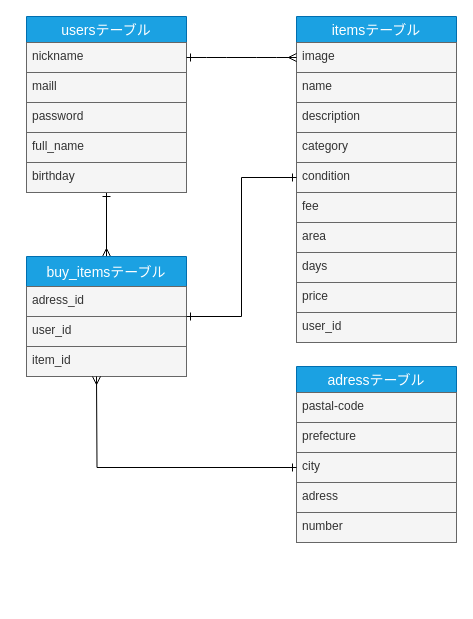
KenFukui/furima-34356 keeps this draw.io diagram as furima.dio. Above is the earlier version. Source tidied: cells renumbered, new cells numbered last; positions are measured from the earlier drawing's top-left corner, leaving out a move shared by most shapes. Both pictures are drawn from the tidied source at 100%, with x=0, y=0 at pixel (26, 16).
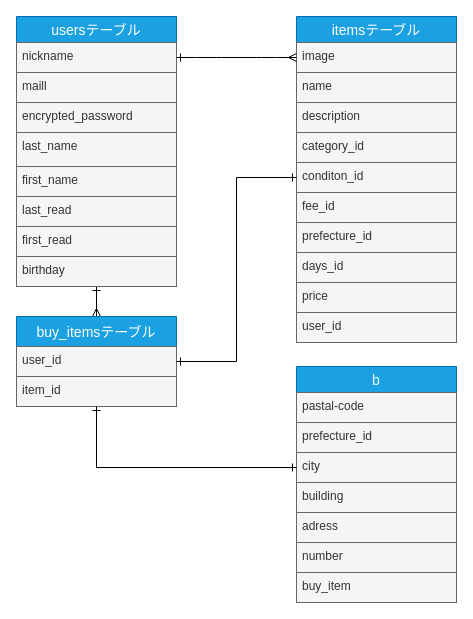
Above is the later version.

Commit message (it also covers changes not shown here):
データベースの設計2

Unchanged cells that the change refers to:
```xml
<mxCell id="9" value="itemsテーブル" style="swimlane;fontStyle=0;horizontal=1;startSize=26;align=center;fontSize=14;fillColor=#1ba1e2;strokeColor=#006EAF;fontColor=#ffffff;" parent="1" vertex="1">
  <mxGeometry x="270" width="160" height="326" as="geometry" />
</mxCell>
<mxCell id="27" value="city" style="text;strokeColor=#666666;fillColor=#f5f5f5;spacingLeft=4;spacingRight=4;overflow=hidden;points=[[0,0.5],[1,0.5]];portConstraint=eastwest;fontSize=12;fontColor=#333333;" parent="24" vertex="1">
  <mxGeometry y="86" width="160" height="30" as="geometry" />
</mxCell>
```

Change to the diagram source:
```diff
@@
     <mxCell id="3" value="usersテーブル" style="swimlane;fontStyle=0;horizontal=1;startSize=26;align=center;fontSize=14;fillColor=#1ba1e2;strokeColor=#006EAF;fontColor=#ffffff;" parent="1" vertex="1">
-      <mxGeometry width="160" height="176" as="geometry" />
+      <mxGeometry x="-10" width="160" height="270" as="geometry" />
     </mxCell>
@@
-    <mxCell id="6" value="password" style="text;strokeColor=#666666;fillColor=#f5f5f5;spacingLeft=4;spacingRight=4;overflow=hidden;fontSize=12;fontColor=#333333;" parent="3" vertex="1">
+    <mxCell id="6" value="encrypted_password" style="text;strokeColor=#666666;fillColor=#f5f5f5;spacingLeft=4;spacingRight=4;overflow=hidden;fontSize=12;fontColor=#333333;" parent="3" vertex="1">
       <mxGeometry y="86" width="160" height="30" as="geometry" />
     </mxCell>
+    <mxCell id="34" value="last_name" style="text;strokeColor=#666666;fillColor=#f5f5f5;spacingLeft=4;spacingRight=4;overflow=hidden;fontSize=12;fontColor=#333333;" parent="3" vertex="1">
+      <mxGeometry y="116" width="160" height="34" as="geometry" />
+    </mxCell>
+    <mxCell id="35" value="first_name" style="text;strokeColor=#666666;fillColor=#f5f5f5;spacingLeft=4;spacingRight=4;overflow=hidden;fontSize=12;fontColor=#333333;" parent="3" vertex="1">
+      <mxGeometry y="150" width="160" height="30" as="geometry" />
+    </mxCell>
+    <mxCell id="36" value="last_read" style="text;strokeColor=#666666;fillColor=#f5f5f5;spacingLeft=4;spacingRight=4;overflow=hidden;fontSize=12;fontColor=#333333;" parent="3" vertex="1">
+      <mxGeometry y="180" width="160" height="30" as="geometry" />
+    </mxCell>
-    <mxCell id="7" value="full_name" style="text;strokeColor=#666666;fillColor=#f5f5f5;spacingLeft=4;spacingRight=4;overflow=hidden;fontSize=12;fontColor=#333333;" parent="3" vertex="1">
-      <mxGeometry y="116" width="160" height="30" as="geometry" />
+    <mxCell id="7" value="first_read" style="text;strokeColor=#666666;fillColor=#f5f5f5;spacingLeft=4;spacingRight=4;overflow=hidden;fontSize=12;fontColor=#333333;" parent="3" vertex="1">
+      <mxGeometry y="210" width="160" height="30" as="geometry" />
     </mxCell>
     <mxCell id="8" value="birthday&#10;" style="text;strokeColor=#666666;fillColor=#f5f5f5;spacingLeft=4;spacingRight=4;overflow=hidden;fontSize=12;fontColor=#333333;" parent="3" vertex="1">
-      <mxGeometry y="146" width="160" height="30" as="geometry" />
+      <mxGeometry y="240" width="160" height="30" as="geometry" />
     </mxCell>
@@
-    <mxCell id="13" value="category" style="text;strokeColor=#666666;fillColor=#f5f5f5;spacingLeft=4;spacingRight=4;overflow=hidden;fontSize=12;fontColor=#333333;" parent="9" vertex="1">
+    <mxCell id="13" value="category_id" style="text;strokeColor=#666666;fillColor=#f5f5f5;spacingLeft=4;spacingRight=4;overflow=hidden;fontSize=12;fontColor=#333333;" parent="9" vertex="1">
       <mxGeometry y="116" width="160" height="30" as="geometry" />
     </mxCell>
-    <mxCell id="14" value="condition" style="text;strokeColor=#666666;fillColor=#f5f5f5;spacingLeft=4;spacingRight=4;overflow=hidden;points=[[0,0.5],[1,0.5]];portConstraint=eastwest;fontSize=12;fontColor=#333333;" parent="9" vertex="1">
+    <mxCell id="14" value="conditon_id" style="text;strokeColor=#666666;fillColor=#f5f5f5;spacingLeft=4;spacingRight=4;overflow=hidden;points=[[0,0.5],[1,0.5]];portConstraint=eastwest;fontSize=12;fontColor=#333333;" parent="9" vertex="1">
       <mxGeometry y="146" width="160" height="30" as="geometry" />
     </mxCell>
-    <mxCell id="15" value="fee" style="text;strokeColor=#666666;fillColor=#f5f5f5;spacingLeft=4;spacingRight=4;overflow=hidden;fontSize=12;fontColor=#333333;" parent="9" vertex="1">
+    <mxCell id="15" value="fee_id" style="text;strokeColor=#666666;fillColor=#f5f5f5;spacingLeft=4;spacingRight=4;overflow=hidden;fontSize=12;fontColor=#333333;" parent="9" vertex="1">
       <mxGeometry y="176" width="160" height="30" as="geometry" />
     </mxCell>
-    <mxCell id="16" value="area" style="text;strokeColor=#666666;fillColor=#f5f5f5;spacingLeft=4;spacingRight=4;overflow=hidden;fontSize=12;fontColor=#333333;" parent="9" vertex="1">
-      <mxGeometry y="206" width="160" height="30" as="geometry" />
-    </mxCell>
+    <mxCell id="37" value="prefecture_id" style="text;strokeColor=#666666;fillColor=#f5f5f5;spacingLeft=4;spacingRight=4;overflow=hidden;fontSize=12;fontColor=#333333;" parent="9" vertex="1">
+      <mxGeometry y="206" width="160" height="30" as="geometry" />
+    </mxCell>
-    <mxCell id="17" value="days" style="text;strokeColor=#666666;fillColor=#f5f5f5;spacingLeft=4;spacingRight=4;overflow=hidden;fontSize=12;fontColor=#333333;" parent="9" vertex="1">
+    <mxCell id="17" value="days_id" style="text;strokeColor=#666666;fillColor=#f5f5f5;spacingLeft=4;spacingRight=4;overflow=hidden;fontSize=12;fontColor=#333333;" parent="9" vertex="1">
       <mxGeometry y="236" width="160" height="30" as="geometry" />
     </mxCell>
@@
     <mxCell id="20" value="buy_itemsテーブル" style="swimlane;fontStyle=0;horizontal=1;startSize=30;align=center;fontSize=14;fillColor=#1ba1e2;strokeColor=#006EAF;fontColor=#ffffff;" parent="1" vertex="1">
-      <mxGeometry y="240" width="160" height="120" as="geometry" />
+      <mxGeometry x="-10" y="300" width="160" height="90" as="geometry" />
     </mxCell>
-    <mxCell id="21" value="adress_id" style="text;strokeColor=#666666;fillColor=#f5f5f5;spacingLeft=4;spacingRight=4;overflow=hidden;fontSize=12;fontColor=#333333;" parent="20" vertex="1">
-      <mxGeometry y="30" width="160" height="30" as="geometry" />
-    </mxCell>
     <mxCell id="22" value="user_id" style="text;strokeColor=#666666;fillColor=#f5f5f5;spacingLeft=4;spacingRight=4;overflow=hidden;fontSize=12;fontColor=#333333;" parent="20" vertex="1">
-      <mxGeometry y="60" width="160" height="30" as="geometry" />
+      <mxGeometry y="30" width="160" height="30" as="geometry" />
     </mxCell>
     <mxCell id="23" value="item_id" style="text;strokeColor=#666666;fillColor=#f5f5f5;spacingLeft=4;spacingRight=4;overflow=hidden;points=[[0,0.5],[1,0.5]];portConstraint=eastwest;fontSize=12;fontColor=#333333;" parent="20" vertex="1">
-      <mxGeometry y="90" width="160" height="30" as="geometry" />
+      <mxGeometry y="60" width="160" height="30" as="geometry" />
     </mxCell>
-    <mxCell id="24" value="adressテーブル" style="swimlane;fontStyle=0;horizontal=1;startSize=26;align=center;fontSize=14;fillColor=#1ba1e2;strokeColor=#006EAF;fontColor=#ffffff;" parent="1" vertex="1">
-      <mxGeometry x="270" y="350" width="160" height="176" as="geometry" />
+    <mxCell id="24" value="b" style="swimlane;fontStyle=0;horizontal=1;startSize=26;align=center;fontSize=14;fillColor=#1ba1e2;strokeColor=#006EAF;fontColor=#ffffff;" parent="1" vertex="1">
+      <mxGeometry x="270" y="350" width="160" height="236" as="geometry" />
     </mxCell>
@@
-    <mxCell id="26" value="prefecture" style="text;strokeColor=#666666;fillColor=#f5f5f5;spacingLeft=4;spacingRight=4;overflow=hidden;fontSize=12;fontColor=#333333;" parent="24" vertex="1">
+    <mxCell id="26" value="prefecture_id" style="text;strokeColor=#666666;fillColor=#f5f5f5;spacingLeft=4;spacingRight=4;overflow=hidden;fontSize=12;fontColor=#333333;" parent="24" vertex="1">
       <mxGeometry y="56" width="160" height="30" as="geometry" />
     </mxCell>
@@
+    <mxCell id="38" value="building" style="text;strokeColor=#666666;fillColor=#f5f5f5;spacingLeft=4;spacingRight=4;overflow=hidden;fontSize=12;fontColor=#333333;" parent="24" vertex="1">
+      <mxGeometry y="116" width="160" height="30" as="geometry" />
+    </mxCell>
     <mxCell id="28" value="adress" style="text;strokeColor=#666666;fillColor=#f5f5f5;spacingLeft=4;spacingRight=4;overflow=hidden;fontSize=12;fontColor=#333333;" parent="24" vertex="1">
-      <mxGeometry y="116" width="160" height="30" as="geometry" />
+      <mxGeometry y="146" width="160" height="30" as="geometry" />
     </mxCell>
     <mxCell id="29" value="number" style="text;strokeColor=#666666;fillColor=#f5f5f5;spacingLeft=4;spacingRight=4;overflow=hidden;fontSize=12;fontColor=#333333;" parent="24" vertex="1">
-      <mxGeometry y="146" width="160" height="30" as="geometry" />
+      <mxGeometry y="176" width="160" height="30" as="geometry" />
     </mxCell>
+    <mxCell id="39" value="buy_item" style="text;strokeColor=#666666;fillColor=#f5f5f5;spacingLeft=4;spacingRight=4;overflow=hidden;fontSize=12;fontColor=#333333;" parent="24" vertex="1">
+      <mxGeometry y="206" width="160" height="30" as="geometry" />
+    </mxCell>
@@
-    <mxCell id="32" style="edgeStyle=orthogonalEdgeStyle;rounded=0;jettySize=auto;html=1;entryX=0;entryY=0.5;entryDx=0;entryDy=0;startArrow=ERmany;startFill=0;endArrow=ERone;endFill=0;" parent="1" edge="1" target="27">
+    <mxCell id="32" style="edgeStyle=orthogonalEdgeStyle;rounded=0;jettySize=auto;html=1;entryX=0;entryY=0.5;entryDx=0;entryDy=0;startArrow=ERone;startFill=0;endArrow=ERone;endFill=0;" parent="1" edge="1" source="23" target="27">
       <mxGeometry relative="1" as="geometry">
-        <mxPoint x="70" y="360" as="sourcePoint" />
+        <Array as="points">
+          <mxPoint x="70" y="451" />
+        </Array>
       </mxGeometry>
     </mxCell>
```
